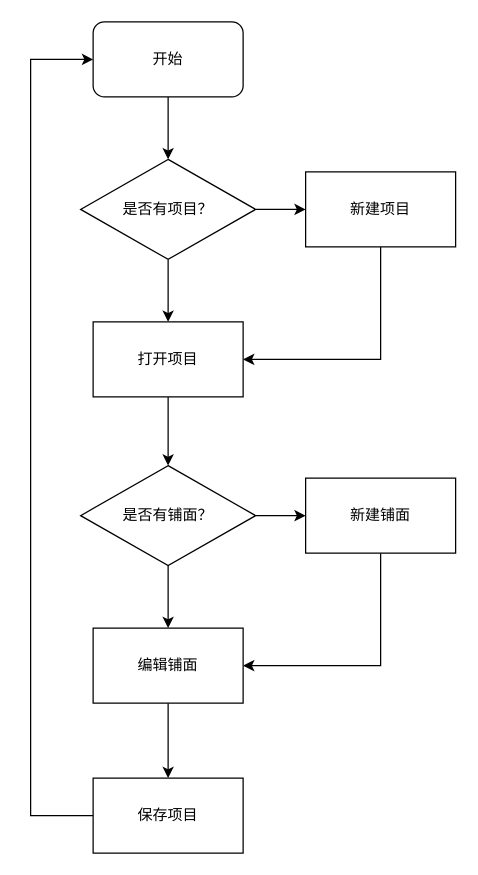
This is Untitled Diagram.drawio from lcclcclcc206/test, a draw.io file, before an edit. Source tidied: cells renumbered, new cells numbered last; positions are measured from the earlier drawing's top-left corner, leaving out a move shared by most shapes. Both pictures are drawn from the tidied source at 125%, with x=0, y=0 at pixel (30, 21).
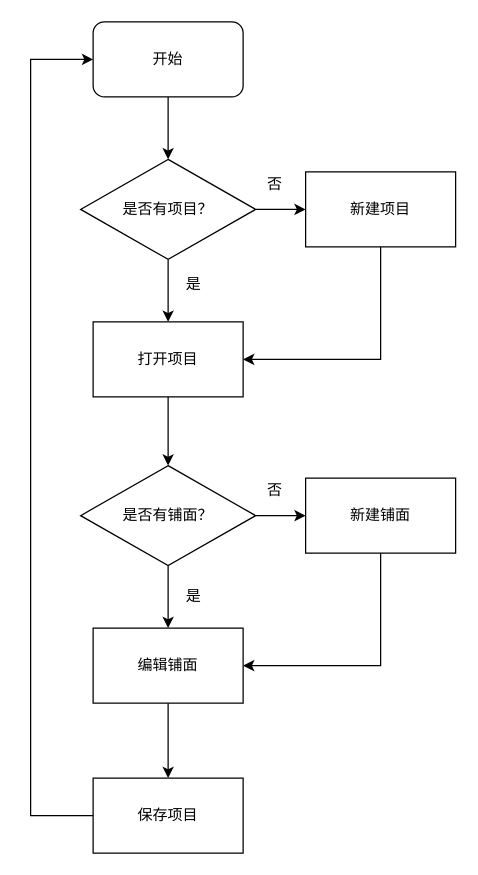
The same diagram, later.

What changed in the source:
```diff
@@
+    <mxCell id="20" value="是" style="text;html=1;align=center;verticalAlign=middle;" parent="1" vertex="1">
+      <mxGeometry x="115" y="200" width="30" height="20" as="geometry" />
+    </mxCell>
+    <mxCell id="21" value="是" style="text;html=1;align=center;verticalAlign=middle;" parent="1" vertex="1">
+      <mxGeometry x="115" y="450" width="30" height="20" as="geometry" />
+    </mxCell>
+    <mxCell id="22" value="否" style="text;html=1;align=center;verticalAlign=middle;" parent="1" vertex="1">
+      <mxGeometry x="180" y="120" width="30" height="20" as="geometry" />
+    </mxCell>
+    <mxCell id="23" value="否" style="text;html=1;align=center;verticalAlign=middle;" parent="1" vertex="1">
+      <mxGeometry x="180" y="365" width="30" height="20" as="geometry" />
+    </mxCell>
```
